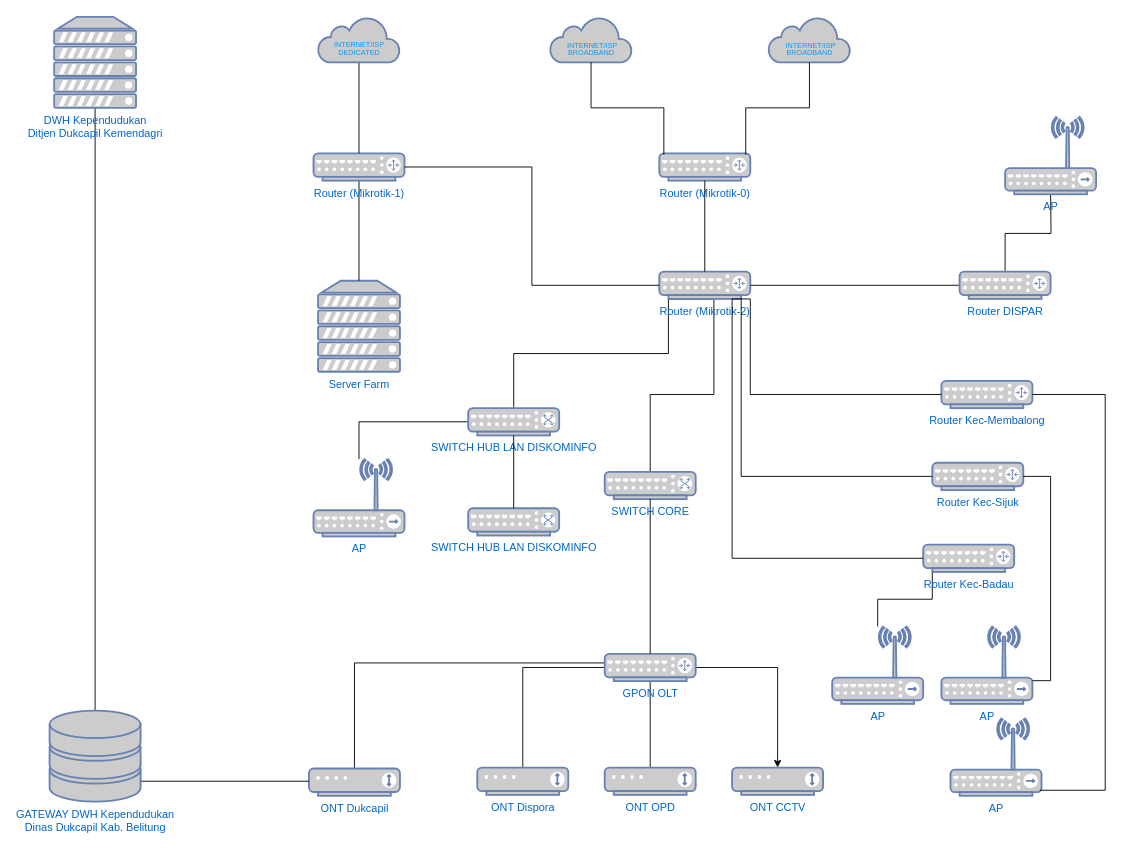
Earlier version of the draw.io diagram first.drawio (MirNgab/Draw.io-Topology). Source tidied: cells renumbered, new cells numbered last; positions are measured from the earlier drawing's top-left corner, leaving out a move shared by most shapes. Both pictures are drawn from the tidied source at 91%, with x=0, y=0 at pixel (49, 16).
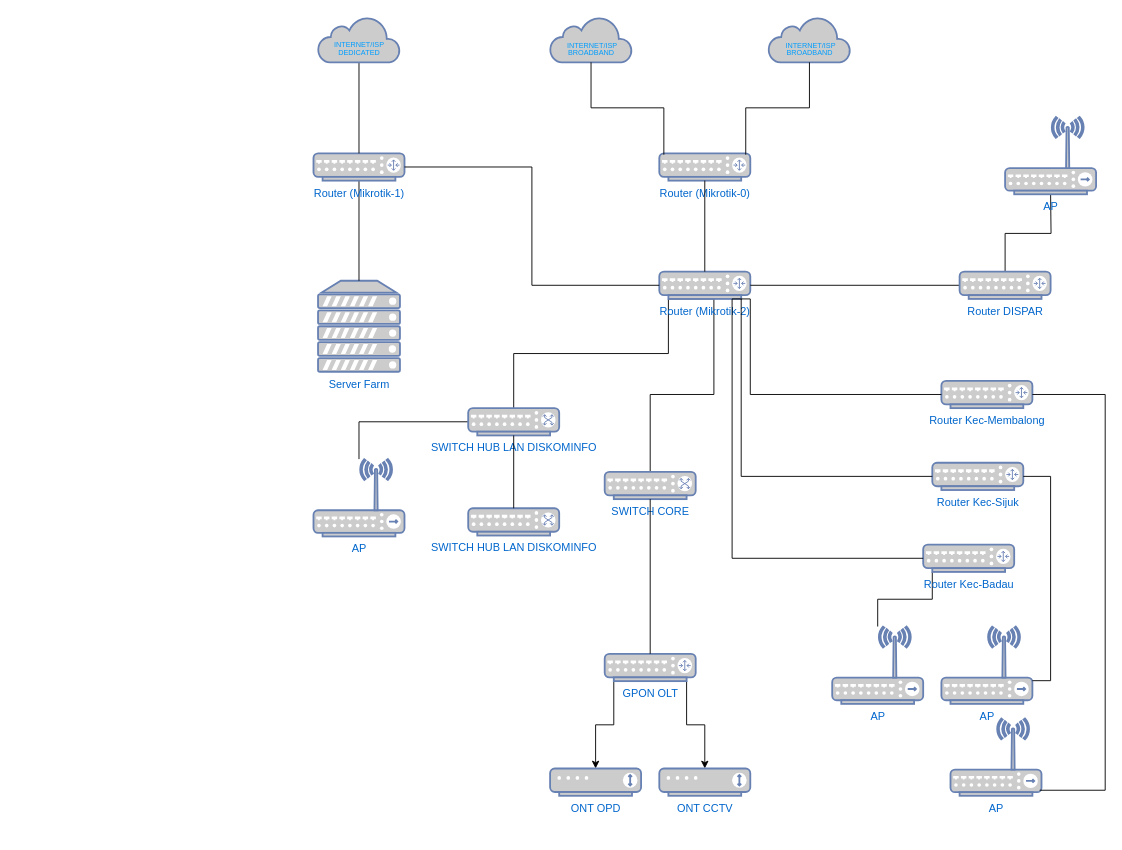
Above is the later version.

Unchanged cells that the change refers to:
```xml
<mxCell id="40" value="GPON OLT" style="fontColor=#0066CC;verticalAlign=top;verticalLabelPosition=bottom;labelPosition=center;align=center;html=1;outlineConnect=0;fillColor=#CCCCCC;strokeColor=#6881B3;gradientColor=none;gradientDirection=north;strokeWidth=2;shape=mxgraph.networks.router;" parent="1" vertex="1">
  <mxGeometry x="610" y="700" width="100" height="30" as="geometry" />
</mxCell>
```

Diff of the diagram source:
```diff
@@
+    <mxCell id="39" style="edgeStyle=orthogonalEdgeStyle;rounded=0;jettySize=auto;html=1;exitX=0.9;exitY=1;exitDx=0;exitDy=0;exitPerimeter=0;" parent="1" edge="1" source="40" target="52">
+      <mxGeometry relative="1" as="geometry" />
+    </mxCell>
-    <mxCell id="36" style="edgeStyle=orthogonalEdgeStyle;rounded=0;jettySize=auto;html=1;exitX=0.5;exitY=1;exitDx=0;exitDy=0;exitPerimeter=0;endArrow=none;startFill=0;" parent="1" edge="1" source="40" target="42">
+    <mxCell id="36" style="edgeStyle=orthogonalEdgeStyle;rounded=0;jettySize=auto;html=1;exitX=0.1;exitY=1;exitDx=0;exitDy=0;exitPerimeter=0;" parent="1" edge="1" source="40" target="42">
       <mxGeometry relative="1" as="geometry" />
     </mxCell>
-    <mxCell id="37" style="edgeStyle=orthogonalEdgeStyle;rounded=0;jettySize=auto;html=1;exitX=0;exitY=0.5;exitDx=0;exitDy=0;exitPerimeter=0;endArrow=none;startFill=0;" parent="1" edge="1" source="40" target="43">
-      <mxGeometry relative="1" as="geometry">
-        <Array as="points">
-          <mxPoint x="610" y="710" />
-          <mxPoint x="335" y="710" />
-        </Array>
-      </mxGeometry>
-    </mxCell>
-    <mxCell id="38" style="edgeStyle=orthogonalEdgeStyle;rounded=0;jettySize=auto;html=1;exitX=0;exitY=0.5;exitDx=0;exitDy=0;exitPerimeter=0;endArrow=none;startFill=0;" parent="1" edge="1" source="40" target="41">
-      <mxGeometry relative="1" as="geometry" />
-    </mxCell>
-    <mxCell id="39" style="edgeStyle=orthogonalEdgeStyle;rounded=0;jettySize=auto;html=1;exitX=1;exitY=0.5;exitDx=0;exitDy=0;exitPerimeter=0;" parent="1" edge="1" source="40" target="52">
-      <mxGeometry relative="1" as="geometry" />
-    </mxCell>
@@
-    <mxCell id="41" value="ONT Dispora" style="fontColor=#0066CC;verticalAlign=top;verticalLabelPosition=bottom;labelPosition=center;align=center;html=1;outlineConnect=0;fillColor=#CCCCCC;strokeColor=#6881B3;gradientColor=none;gradientDirection=north;strokeWidth=2;shape=mxgraph.networks.modem;" parent="1" vertex="1">
-      <mxGeometry x="470" y="825" width="100" height="30" as="geometry" />
-    </mxCell>
     <mxCell id="42" value="ONT OPD" style="fontColor=#0066CC;verticalAlign=top;verticalLabelPosition=bottom;labelPosition=center;align=center;html=1;outlineConnect=0;fillColor=#CCCCCC;strokeColor=#6881B3;gradientColor=none;gradientDirection=north;strokeWidth=2;shape=mxgraph.networks.modem;" parent="1" vertex="1">
-      <mxGeometry x="610" y="825" width="100" height="30" as="geometry" />
+      <mxGeometry x="550" y="826" width="100" height="30" as="geometry" />
     </mxCell>
-    <mxCell id="43" value="ONT Dukcapil" style="fontColor=#0066CC;verticalAlign=top;verticalLabelPosition=bottom;labelPosition=center;align=center;html=1;outlineConnect=0;fillColor=#CCCCCC;strokeColor=#6881B3;gradientColor=none;gradientDirection=north;strokeWidth=2;shape=mxgraph.networks.modem;" parent="1" vertex="1">
-      <mxGeometry x="285" y="826" width="100" height="30" as="geometry" />
-    </mxCell>
-    <mxCell id="44" style="edgeStyle=orthogonalEdgeStyle;rounded=0;jettySize=auto;html=1;exitX=1;exitY=0.5;exitDx=0;exitDy=0;exitPerimeter=0;endArrow=none;startFill=0;" parent="1" edge="1" source="46" target="43">
-      <mxGeometry relative="1" as="geometry">
-        <Array as="points">
-          <mxPoint x="100" y="840" />
-        </Array>
-      </mxGeometry>
-    </mxCell>
-    <mxCell id="45" style="edgeStyle=orthogonalEdgeStyle;rounded=0;jettySize=auto;html=1;exitX=0.5;exitY=0;exitDx=0;exitDy=0;exitPerimeter=0;curved=0;endArrow=none;startFill=0;" parent="1" edge="1" source="46" target="47">
-      <mxGeometry relative="1" as="geometry" />
-    </mxCell>
-    <mxCell id="46" value="GATEWAY DWH Kependudukan&lt;div&gt;Dinas Dukcapil Kab. Belitung&lt;/div&gt;" style="fontColor=#0066CC;verticalAlign=top;verticalLabelPosition=bottom;labelPosition=center;align=center;html=1;outlineConnect=0;fillColor=#CCCCCC;strokeColor=#6881B3;gradientColor=none;gradientDirection=north;strokeWidth=2;shape=mxgraph.networks.storage;" parent="1" vertex="1">
-      <mxGeometry y="762.5" width="100" height="100" as="geometry" />
-    </mxCell>
-    <mxCell id="47" value="DWH Kependudukan&lt;div&gt;Ditjen Dukcapil Kemendagri&lt;/div&gt;" style="fontColor=#0066CC;verticalAlign=top;verticalLabelPosition=bottom;labelPosition=center;align=center;html=1;outlineConnect=0;fillColor=#CCCCCC;strokeColor=#6881B3;gradientColor=none;gradientDirection=north;strokeWidth=2;shape=mxgraph.networks.server;" parent="1" vertex="1">
-      <mxGeometry x="5" width="90" height="100" as="geometry" />
-    </mxCell>
@@
     <mxCell id="52" value="ONT CCTV" style="fontColor=#0066CC;verticalAlign=top;verticalLabelPosition=bottom;labelPosition=center;align=center;html=1;outlineConnect=0;fillColor=#CCCCCC;strokeColor=#6881B3;gradientColor=none;gradientDirection=north;strokeWidth=2;shape=mxgraph.networks.modem;" parent="1" vertex="1">
-      <mxGeometry x="750" y="825" width="100" height="30" as="geometry" />
+      <mxGeometry x="670" y="826" width="100" height="30" as="geometry" />
     </mxCell>
```
